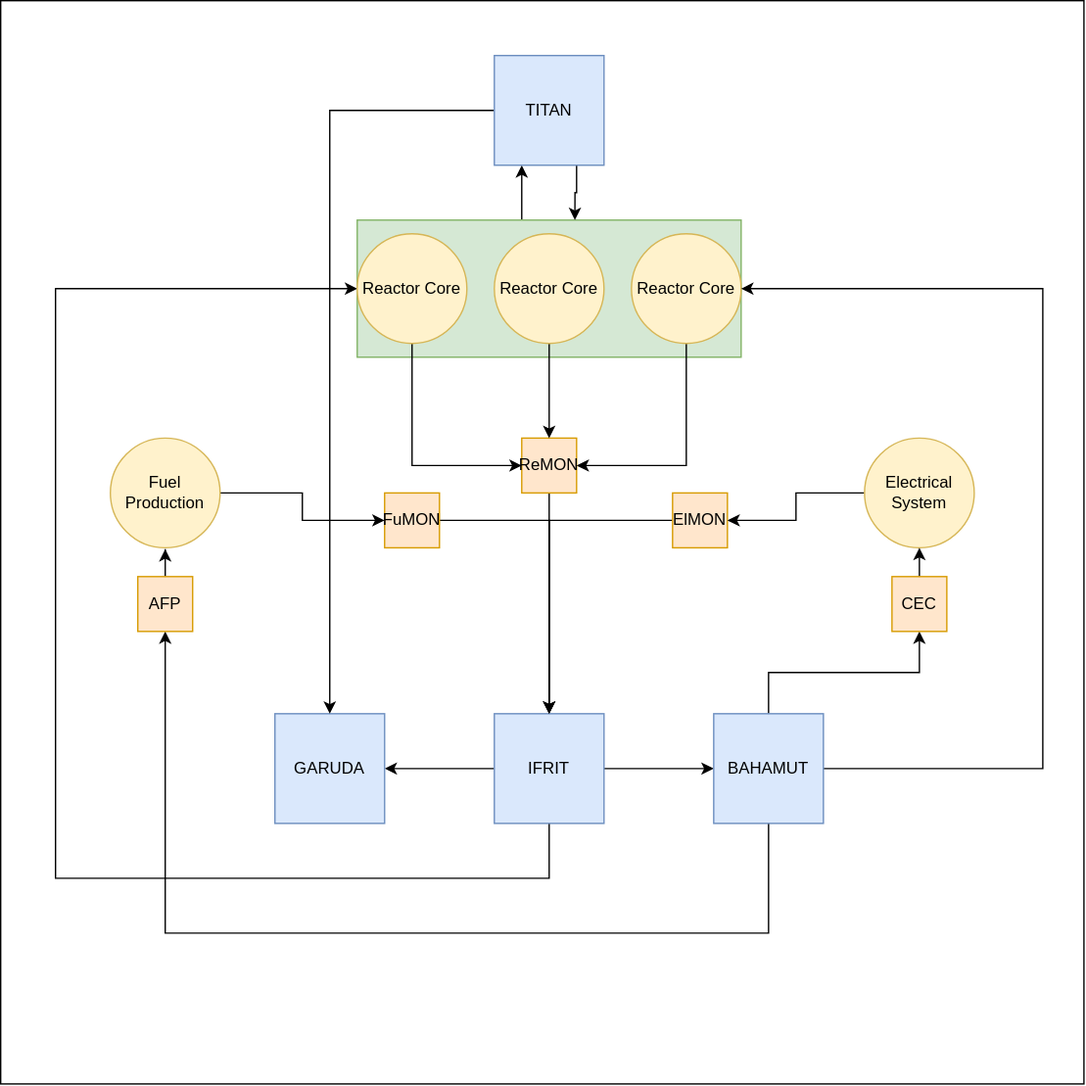
Earlier version of the draw.io export 00_MANUAL/IfitNuclear_Plan.drawio.svg (LJMunt/IfritNuclear). Source tidied: cells renumbered, new cells last; positions are measured from the earlier drawing's top-left corner, leaving out a move shared by most shapes.
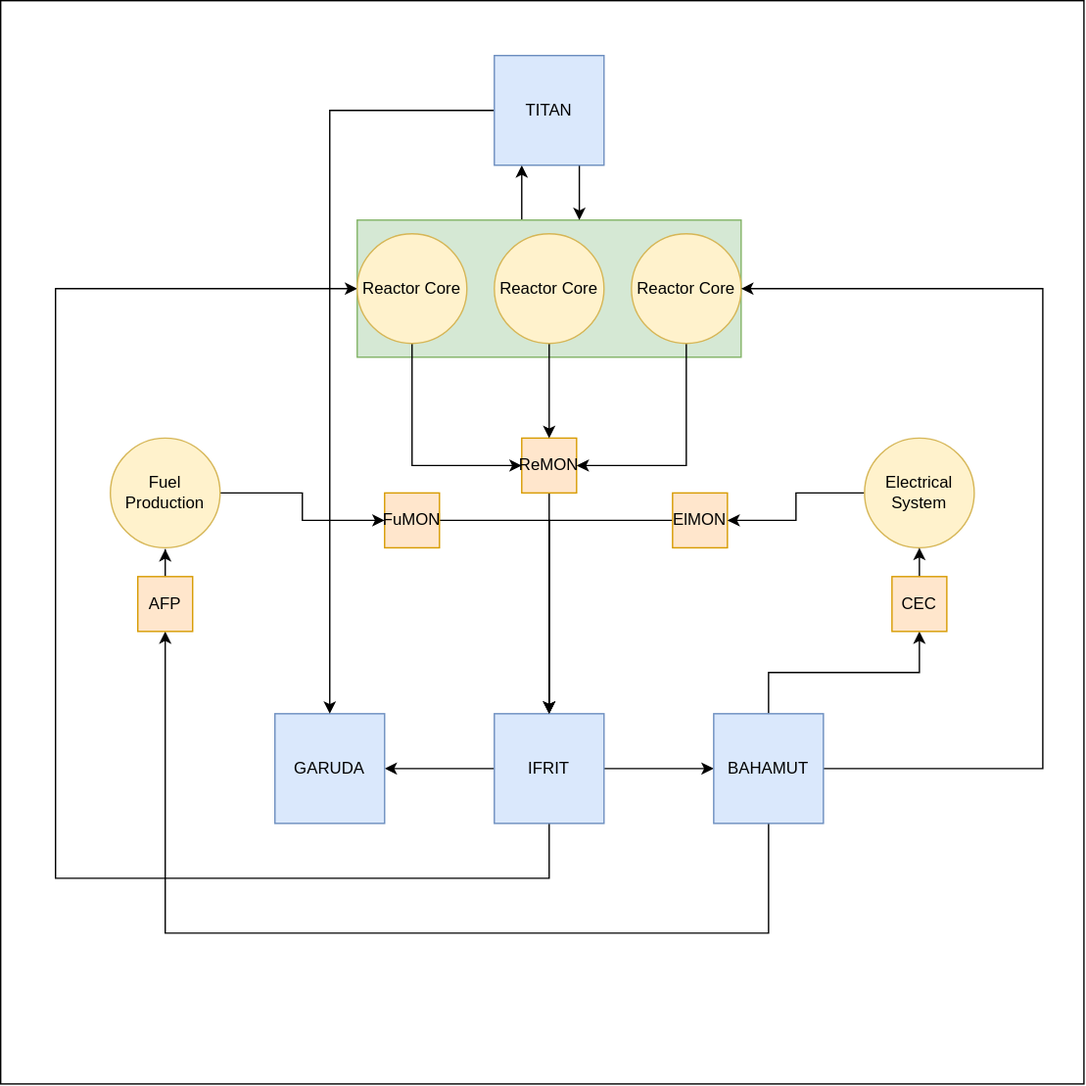
After the change.

What changed in the source:
```diff
@@ -118,9 +118,6 @@
     <mxCell id="30" value="BAHAMUT" style="whiteSpace=wrap;html=1;fillColor=#dae8fc;strokeColor=#6c8ebf;" parent="1" vertex="1">
       <mxGeometry x="520" y="520" width="80" height="80" as="geometry" />
     </mxCell>
-    <mxCell id="31" style="edgeStyle=orthogonalEdgeStyle;rounded=0;jettySize=auto;html=1;exitX=0.75;exitY=1;exitDx=0;exitDy=0;entryX=0.567;entryY=0;entryDx=0;entryDy=0;entryPerimeter=0;" parent="1" edge="1" source="33" target="4">
-      <mxGeometry relative="1" as="geometry" />
-    </mxCell>
     <mxCell id="32" style="edgeStyle=orthogonalEdgeStyle;rounded=0;jettySize=auto;html=1;" parent="1" edge="1" source="33" target="16">
       <mxGeometry relative="1" as="geometry">
         <Array as="points">
@@ -128,6 +125,12 @@
         </Array>
       </mxGeometry>
     </mxCell>
+    <mxCell id="38" style="edgeStyle=orthogonalEdgeStyle;rounded=0;orthogonalLoop=1;jettySize=auto;html=1;" parent="1" edge="1">
+      <mxGeometry relative="1" as="geometry">
+        <mxPoint x="422" y="120" as="sourcePoint" />
+        <mxPoint x="422" y="160" as="targetPoint" />
+      </mxGeometry>
+    </mxCell>
     <mxCell id="33" value="TITAN" style="whiteSpace=wrap;html=1;fillColor=#dae8fc;strokeColor=#6c8ebf;" parent="1" vertex="1">
       <mxGeometry x="360" y="40" width="80" height="80" as="geometry" />
     </mxCell>
```
